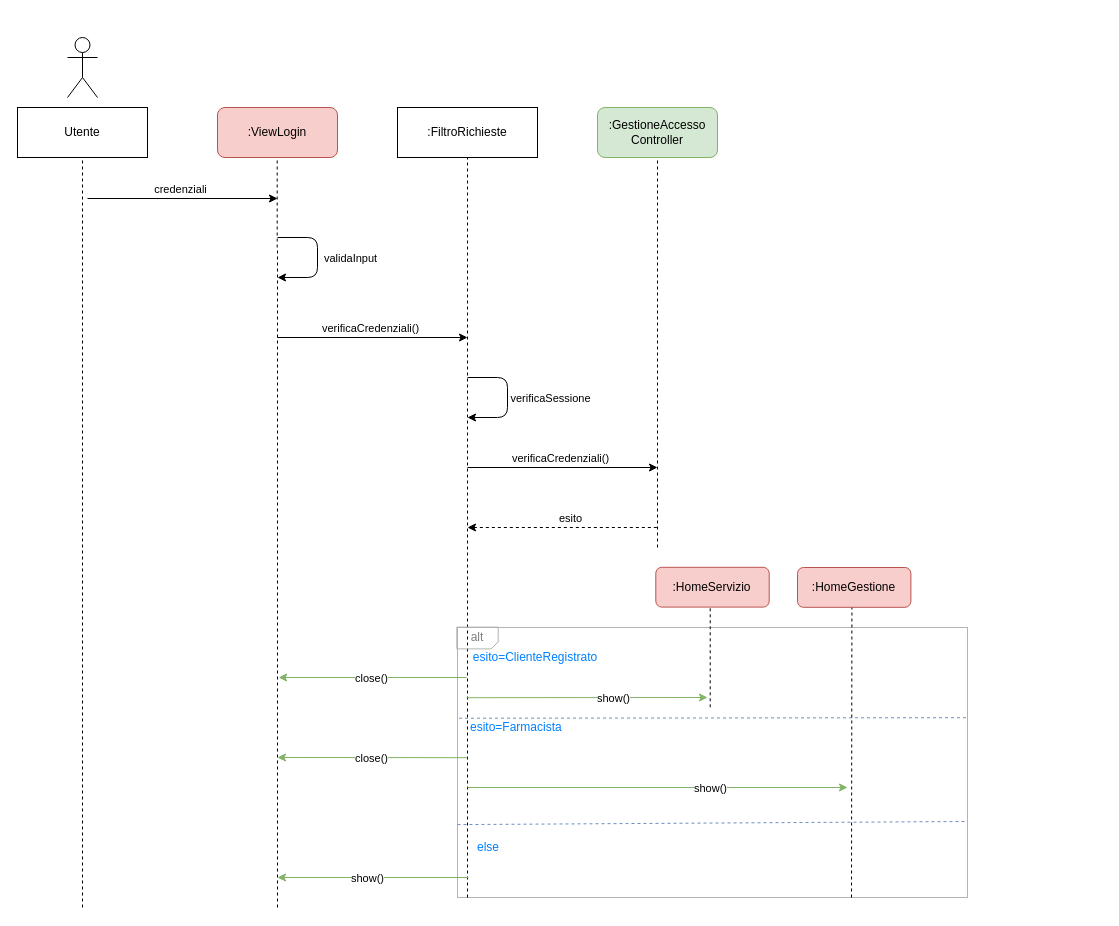
This is page "LoginUtente" (1 of 6) of drawio/ArchitetturaLogicaProgettazione.drawio from lnwor/farmabyte-doc, a draw.io file, before an edit. Source tidied: cells renumbered, new cells numbered last; positions are measured from the earlier drawing's top-left corner, leaving out a move shared by most shapes. Both pictures are drawn from the tidied source at 100%, with x=0, y=0 at pixel (17, 37).
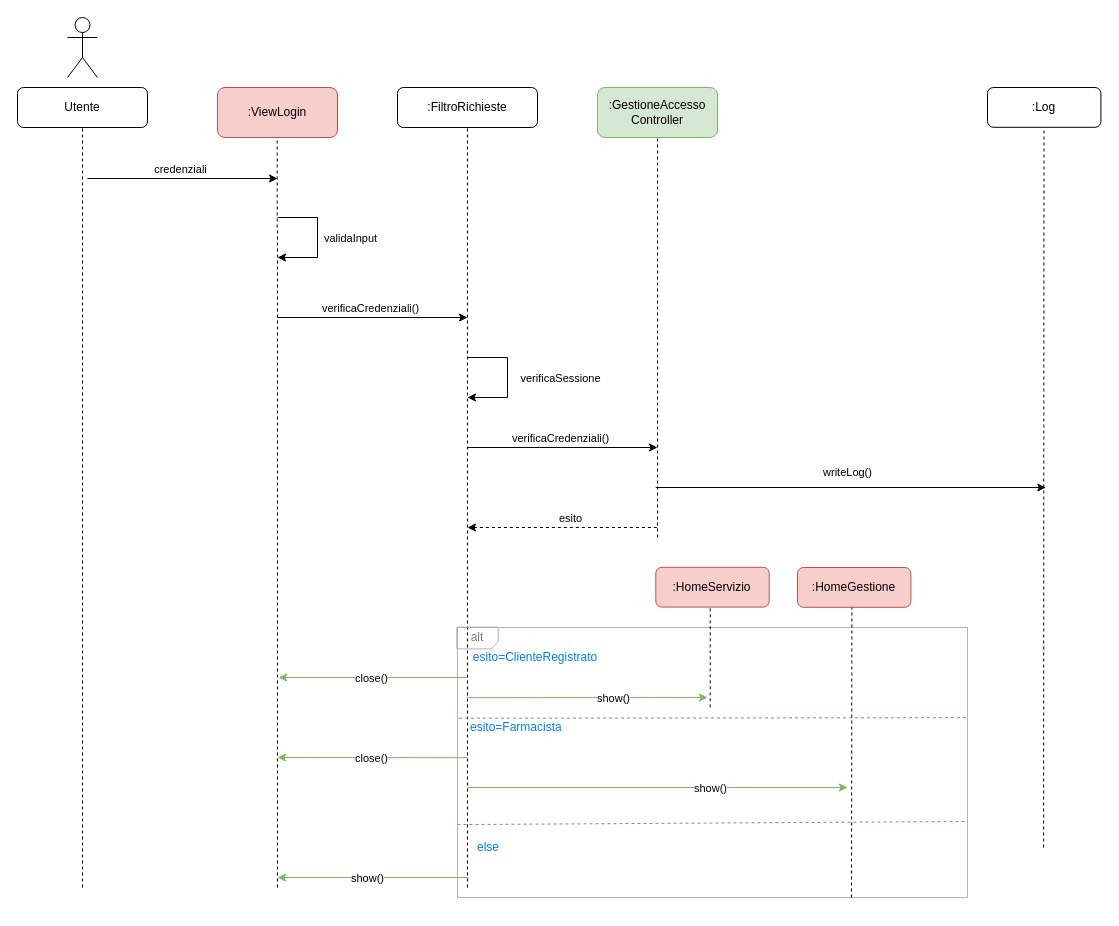
The same page after the edit.

What changed in the source:
```diff
@@
     <mxCell id="3" value=":ViewLogin" style="rounded=1;whiteSpace=wrap;html=1;fillColor=#f8cecc;strokeColor=#b85450;" parent="1" vertex="1">
-      <mxGeometry x="200" y="70" width="120" height="50" as="geometry" />
+      <mxGeometry x="200" y="50" width="120" height="50" as="geometry" />
     </mxCell>
     <mxCell id="4" value=":GestioneAccesso&lt;br&gt;Controller" style="rounded=1;whiteSpace=wrap;html=1;fillColor=#d5e8d4;strokeColor=#82b366;" parent="1" vertex="1">
-      <mxGeometry x="580" y="70" width="120" height="50" as="geometry" />
+      <mxGeometry x="580" y="50" width="120" height="50" as="geometry" />
     </mxCell>
     <mxCell id="5" style="endArrow=none;dashed=1;html=1;startArrow=none;" parent="1" edge="1">
       <mxGeometry relative="1" as="geometry">
-        <mxPoint x="259.7" y="210" as="sourcePoint" />
-        <mxPoint x="259.7" y="120" as="targetPoint" />
+        <mxPoint x="259.7" y="190" as="sourcePoint" />
+        <mxPoint x="259.7" y="100" as="targetPoint" />
       </mxGeometry>
     </mxCell>
     <mxCell id="6" style="endArrow=none;dashed=1;html=1;" parent="1" edge="1">
       <mxGeometry relative="1" as="geometry">
-        <mxPoint x="260" y="870" as="sourcePoint" />
-        <mxPoint x="260" y="210" as="targetPoint" />
+        <mxPoint x="260" y="850" as="sourcePoint" />
+        <mxPoint x="260" y="190" as="targetPoint" />
       </mxGeometry>
     </mxCell>
     <mxCell id="7" style="endArrow=none;dashed=1;html=1;entryX=0.5;entryY=1;entryDx=0;entryDy=0;" parent="1" edge="1" target="33">
       <mxGeometry relative="1" as="geometry">
-        <mxPoint x="450" y="860" as="sourcePoint" />
+        <mxPoint x="450" y="850" as="sourcePoint" />
       </mxGeometry>
     </mxCell>
@@
     <mxCell id="24" style="shape=umlActor;verticalLabelPosition=bottom;verticalAlign=top;html=1;" parent="1" vertex="1">
-      <mxGeometry x="50" width="30" height="60" as="geometry" />
+      <mxGeometry x="50" y="-20" width="30" height="60" as="geometry" />
     </mxCell>
-    <mxCell id="25" value="Utente" style="rounded=0;whiteSpace=wrap;html=1;" parent="1" vertex="1">
-      <mxGeometry y="70" width="130" height="50" as="geometry" />
+    <mxCell id="25" value="Utente" style="rounded=1&#10;;whiteSpace=wrap;html=1;" parent="1" vertex="1">
+      <mxGeometry y="50" width="130" height="40" as="geometry" />
     </mxCell>
-    <mxCell id="26" style="endArrow=none;dashed=1;html=1;" parent="1" edge="1">
+    <mxCell id="26" style="endArrow=none;dashed=1;html=1;entryX=0.5;entryY=1;entryDx=0;entryDy=0;entryPerimeter=0;" parent="1" edge="1" target="25">
       <mxGeometry relative="1" as="geometry">
-        <mxPoint x="65" y="870" as="sourcePoint" />
-        <mxPoint x="65" y="120" as="targetPoint" />
+        <mxPoint x="65" y="850" as="sourcePoint" />
       </mxGeometry>
     </mxCell>
     <mxCell id="27" style="endArrow=classic;html=1;" parent="1" edge="1">
       <mxGeometry relative="1" as="geometry">
-        <mxPoint x="70" y="161" as="sourcePoint" />
-        <mxPoint x="260" y="161" as="targetPoint" />
+        <mxPoint x="70" y="141" as="sourcePoint" />
+        <mxPoint x="260" y="141" as="targetPoint" />
       </mxGeometry>
     </mxCell>
@@
-    <mxCell id="29" style="endArrow=classic;html=1;" parent="1" edge="1">
+    <mxCell id="29" style="endArrow=classic;html=1;rounded=0;" parent="1" edge="1">
       <mxGeometry relative="1" as="geometry">
-        <mxPoint x="260" y="200" as="sourcePoint" />
-        <mxPoint x="260" y="240" as="targetPoint" />
+        <mxPoint x="260" y="180" as="sourcePoint" />
+        <mxPoint x="260" y="220" as="targetPoint" />
         <Array as="points">
-          <mxPoint x="300" y="200" />
-          <mxPoint x="300" y="240" />
+          <mxPoint x="300" y="180" />
+          <mxPoint x="300" y="220" />
         </Array>
       </mxGeometry>
     </mxCell>
     <mxCell id="30" value="validaInput" style="edgeLabel;html=1;align=center;verticalAlign=middle;" parent="1" vertex="1">
-      <mxGeometry x="330" y="230" as="geometry">
+      <mxGeometry x="330" y="210" as="geometry">
         <mxPoint x="2" y="-10" as="offset" />
       </mxGeometry>
     </mxCell>
     <mxCell id="31" style="endArrow=classic;html=1;" parent="1" edge="1">
       <mxGeometry relative="1" as="geometry">
-        <mxPoint x="260" y="300" as="sourcePoint" />
-        <mxPoint x="450" y="300" as="targetPoint" />
+        <mxPoint x="260" y="280" as="sourcePoint" />
+        <mxPoint x="450" y="280" as="targetPoint" />
       </mxGeometry>
     </mxCell>
@@
-    <mxCell id="33" value=":FiltroRichieste" style="rounded=0;whiteSpace=wrap;html=1;" parent="1" vertex="1">
-      <mxGeometry x="380" y="70" width="140" height="50" as="geometry" />
+    <mxCell id="33" value=":FiltroRichieste" style="rounded=1;whiteSpace=wrap;html=1;" parent="1" vertex="1">
+      <mxGeometry x="380" y="50" width="140" height="40" as="geometry" />
     </mxCell>
     <mxCell id="34" style="endArrow=none;dashed=1;html=1;" parent="1" edge="1">
       <mxGeometry relative="1" as="geometry">
-        <mxPoint x="640" y="510" as="sourcePoint" />
-        <mxPoint x="640" y="120" as="targetPoint" />
+        <mxPoint x="640" y="500" as="sourcePoint" />
+        <mxPoint x="640" y="100" as="targetPoint" />
       </mxGeometry>
     </mxCell>
     <mxCell id="35" style="endArrow=classic;html=1;" parent="1" edge="1">
       <mxGeometry relative="1" as="geometry">
-        <mxPoint x="450" y="430" as="sourcePoint" />
-        <mxPoint x="640" y="430" as="targetPoint" />
+        <mxPoint x="450" y="410" as="sourcePoint" />
+        <mxPoint x="640" y="410" as="targetPoint" />
       </mxGeometry>
     </mxCell>
@@
-    <mxCell id="37" style="endArrow=classic;html=1;" parent="1" edge="1">
+    <mxCell id="37" style="endArrow=classic;html=1;rounded=0;" parent="1" edge="1">
       <mxGeometry relative="1" as="geometry">
-        <mxPoint x="450" y="340" as="sourcePoint" />
-        <mxPoint x="450" y="380" as="targetPoint" />
+        <mxPoint x="450" y="320" as="sourcePoint" />
+        <mxPoint x="450" y="360" as="targetPoint" />
         <Array as="points">
-          <mxPoint x="490" y="340" />
-          <mxPoint x="490" y="380" />
+          <mxPoint x="490" y="320" />
+          <mxPoint x="490" y="360" />
         </Array>
       </mxGeometry>
     </mxCell>
     <mxCell id="38" value="verificaSessione" style="edgeLabel;html=1;align=center;verticalAlign=middle;" parent="1" vertex="1">
-      <mxGeometry x="530" y="370" as="geometry">
+      <mxGeometry x="540" y="350" as="geometry">
         <mxPoint x="2" y="-10" as="offset" />
       </mxGeometry>
     </mxCell>
@@
+    <mxCell id="46" style="endArrow=none;dashed=1;html=1;entryX=0.5;entryY=1;entryDx=0;entryDy=0;" parent="1" edge="1">
+      <mxGeometry relative="1" as="geometry">
+        <mxPoint x="1026.1" y="810" as="sourcePoint" />
+        <mxPoint x="1026.5" y="90" as="targetPoint" />
+      </mxGeometry>
+    </mxCell>
+    <mxCell id="47" value=":Log" style="rounded=1;whiteSpace=wrap;html=1;" parent="1" vertex="1">
+      <mxGeometry x="970" y="50" width="113.4" height="39.8" as="geometry" />
+    </mxCell>
+    <mxCell id="48" style="endArrow=none;html=1;startArrow=classic;startFill=1;" parent="1" edge="1">
+      <mxGeometry relative="1" as="geometry">
+        <mxPoint x="1028.3" y="450" as="sourcePoint" />
+        <mxPoint x="638.3" y="450" as="targetPoint" />
+      </mxGeometry>
+    </mxCell>
+    <mxCell id="49" value="writeLog()" style="edgeLabel;html=1;align=center;verticalAlign=middle;" parent="1" vertex="1">
+      <mxGeometry x="570" y="490" as="geometry">
+        <mxPoint x="259" y="-56" as="offset" />
+      </mxGeometry>
+    </mxCell>
```
